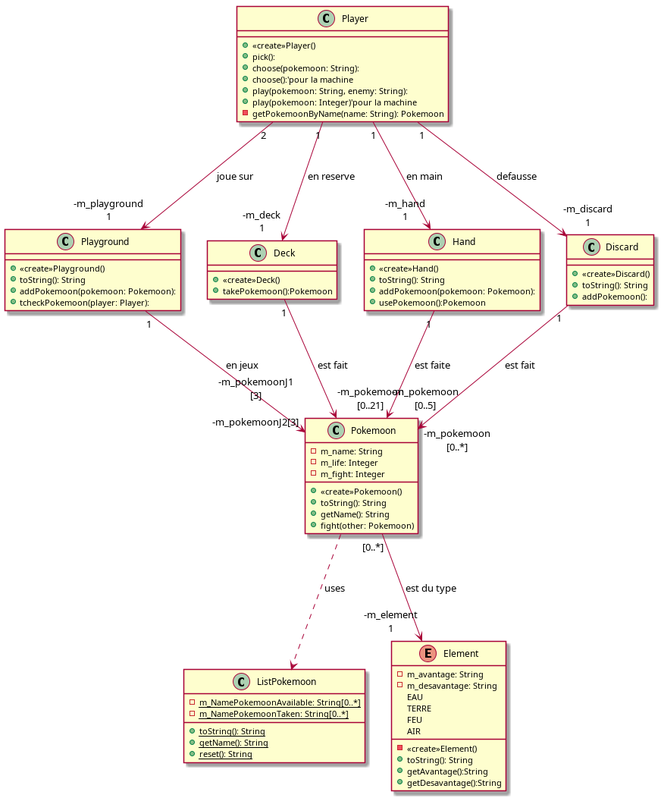
This is uml/semaine1.png from Kiilax/pookemon, a PlantUML export, as it was before one commit. Its source is kept beside it as uml/semaine1.puml.
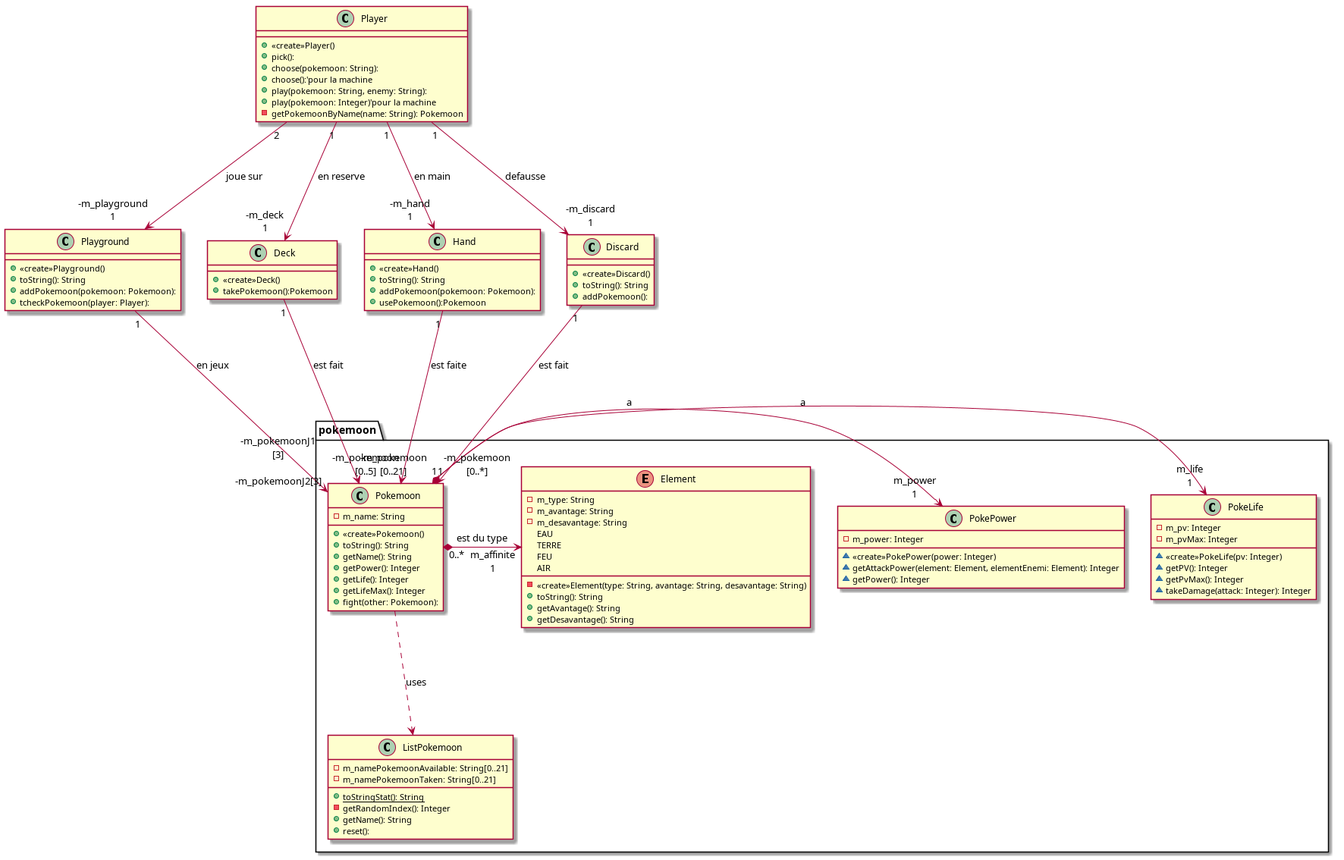
After the commit.

Commit message:
modif uml package pokemoon

What changed in the source:
```diff
@@ -35,36 +35,61 @@
     +addPokemoon():
 }
 
-class Pokemoon{
-    -m_name: String
-    -m_life: Integer
-    -m_fight: Integer
-    +«create»Pokemoon()
-    +toString(): String
-    +getName(): String
-    +fight(other: Pokemoon)
-}
+package pokemoon{
+    enum Element{
+        -m_type: String
+        -m_avantage: String
+        -m_desavantage: String
+        EAU
+        TERRE
+        FEU
+        AIR
+        -«create»Element(type: String, avantage: String, desavantage: String)
+        +toString(): String
+        +getAvantage(): String
+        +getDesavantage(): String
+    }
 
-class ListPokemoon{
-    -{static}m_NamePokemoonAvailable: String[0..*]
-    -{static}m_NamePokemoonTaken: String[0..*]
-    +{static}toString(): String
-    +{static}getName(): String
-    +{static}reset(): String
-}
+    class ListPokemoon{
+        -m_namePokemoonAvailable: String[0..21]
+        -m_namePokemoonTaken: String[0..21]
+        +{static}toStringStat(): String
+        -getRandomIndex(): Integer
+        +getName(): String
+        +reset():
+    }
 
+    class PokeLife{
+        -m_pv: Integer
+        -m_pvMax: Integer
+        ~«create»PokeLife(pv: Integer)
+        ~getPV(): Integer
+        ~getPvMax(): Integer
+        ~takeDamage(attack: Integer): Integer
+    }
 
-enum Element{
-    -m_avantage: String
-    -m_desavantage: String
-    EAU
-    TERRE
-    FEU
-    AIR
-    -«create»Element()
-    +toString(): String
-    +getAvantage():String
-    +getDesavantage():String
+    class PokePower{
+        -m_power: Integer
+        ~«create»PokePower(power: Integer)
+        ~getAttackPower(element: Element, elementEnemi: Element): Integer
+        ~getPower(): Integer
+    }
+
+    class Pokemoon{
+        -m_name: String
+        +«create»Pokemoon()
+        +toString(): String
+        +getName(): String
+        +getPower(): Integer
+        +getLife(): Integer
+        +getLifeMax(): Integer
+        +fight(other: Pokemoon):
+    }
+
+    Pokemoon "1" *-> "m_life\n1" PokeLife : a
+    Pokemoon "1" *-> "m_power\n1" PokePower : a
+    Pokemoon "0..*" *-> "m_affinite\n1" Element : est du type
+
 }
 
 
@@ -74,7 +99,6 @@
 Player "2" ---> "-m_playground\n1"Playground : joue sur
 Playground "1"---> "-m_pokemoonJ1\n[3]\n\n-m_pokemoonJ2[3]"Pokemoon : en jeux
 Pokemoon -[dashed]--> ListPokemoon : uses
-Pokemoon "[0..*]"---> "-m_element\n1"Element : est du type
 Hand "1"--->"-m_pokemoon\n[0..5]" Pokemoon : est faite
 Deck "1"---> "-m_pokemoon\n[0..21]"Pokemoon : est fait
 Discard "1"--->"-m_pokemoon\n[0..*]"Pokemoon: est fait
```
